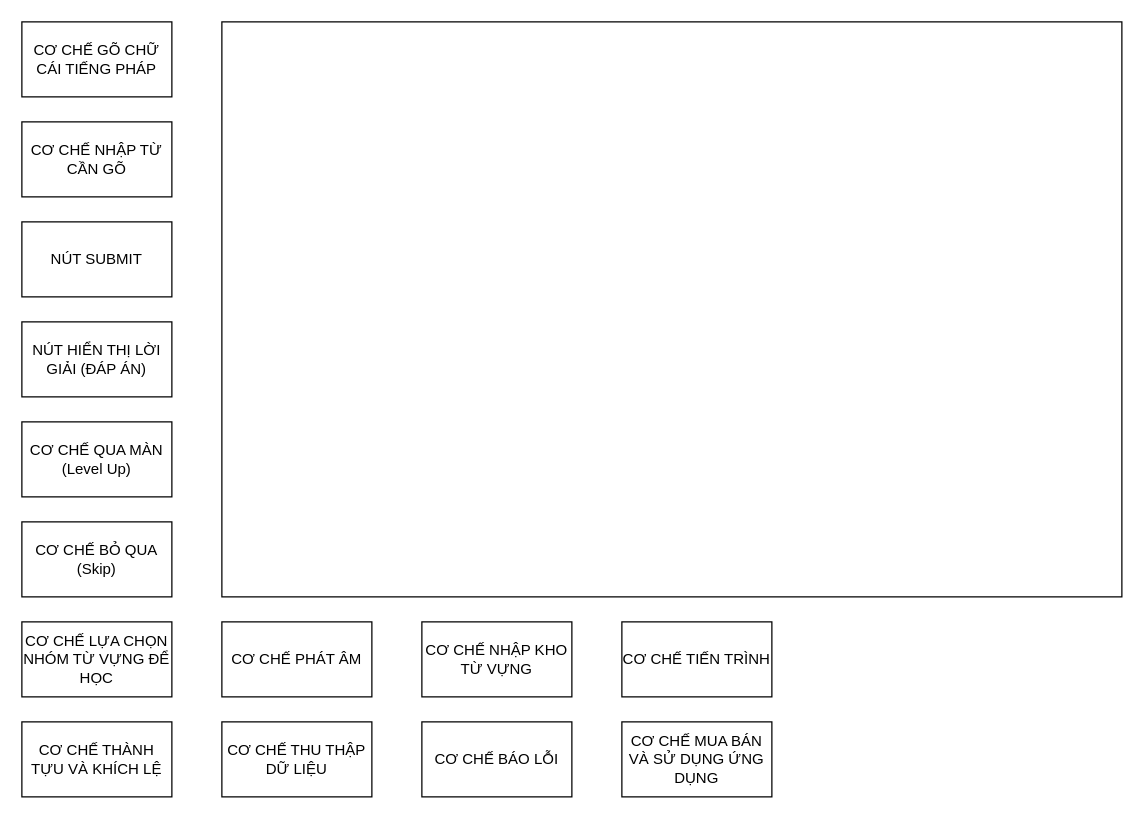
Above: SƠ ĐỒ CHỨC NĂNG TỔNG THỂ.drawio in Tran-Long-Vu/AppVocabFR (draw.io), before the change. Source tidied: cells renumbered, new cells numbered last; positions are measured from the earlier drawing's top-left corner, leaving out a move shared by most shapes. Both pictures are drawn from the tidied source at 125%, with x=0, y=0 at pixel (21, 21).
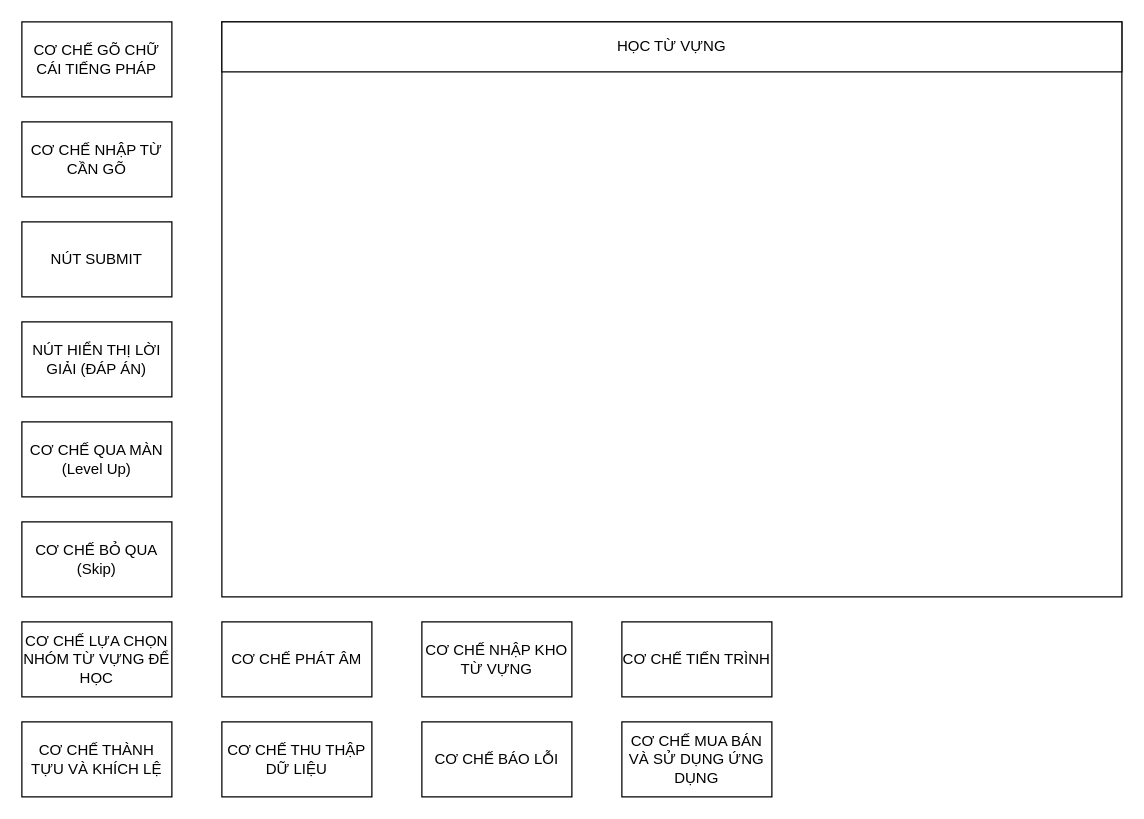
Above is the later version.

Commit message (it also covers changes not shown here):
SƠ ĐỒ CHỨC NĂNG TỔNG THỂ

Diff of the diagram source:
```diff
@@
 <mxGraphModel>
   <root>
     <mxCell id="0" />
     <mxCell id="1" parent="0" />
     <mxCell id="2" value="CƠ CHẾ NHẬP TỪ CẦN GÕ" style="rounded=0;whiteSpace=wrap;html=1;" parent="1" vertex="1">
       <mxGeometry y="80" width="120" height="60" as="geometry" />
     </mxCell>
     <mxCell id="3" value="NÚT SUBMIT" style="rounded=0;whiteSpace=wrap;html=1;" parent="1" vertex="1">
       <mxGeometry y="160" width="120" height="60" as="geometry" />
     </mxCell>
     <mxCell id="4" value="NÚT HIỂN THỊ LỜI GIẢI (ĐÁP ÁN)" style="rounded=0;whiteSpace=wrap;html=1;" parent="1" vertex="1">
       <mxGeometry y="240" width="120" height="60" as="geometry" />
     </mxCell>
     <mxCell id="5" value="CƠ CHẾ QUA MÀN (Level Up)" style="rounded=0;whiteSpace=wrap;html=1;" parent="1" vertex="1">
       <mxGeometry y="320" width="120" height="60" as="geometry" />
     </mxCell>
     <mxCell id="6" value="CƠ CHẾ BỎ QUA (Skip)" style="rounded=0;whiteSpace=wrap;html=1;" parent="1" vertex="1">
       <mxGeometry y="400" width="120" height="60" as="geometry" />
     </mxCell>
     <mxCell id="7" value="CƠ CHẾ LỰA CHỌN NHÓM TỪ VỰNG ĐỂ HỌC" style="rounded=0;whiteSpace=wrap;html=1;" parent="1" vertex="1">
       <mxGeometry y="480" width="120" height="60" as="geometry" />
     </mxCell>
-    <mxCell id="8" style="rounded=0;whiteSpace=wrap;html=1;" parent="1" vertex="1">
-      <mxGeometry x="160" width="720" height="460" as="geometry" />
-    </mxCell>
     <mxCell id="9" value="CƠ CHẾ PHÁT ÂM" style="rounded=0;whiteSpace=wrap;html=1;" parent="1" vertex="1">
       <mxGeometry x="160" y="480" width="120" height="60" as="geometry" />
     </mxCell>
     <mxCell id="10" value="CƠ CHẾ NHẬP KHO TỪ VỰNG" style="rounded=0;whiteSpace=wrap;html=1;" parent="1" vertex="1">
       <mxGeometry x="320" y="480" width="120" height="60" as="geometry" />
     </mxCell>
     <mxCell id="11" value="CƠ CHẾ TIẾN TRÌNH" style="rounded=0;whiteSpace=wrap;html=1;" parent="1" vertex="1">
       <mxGeometry x="480" y="480" width="120" height="60" as="geometry" />
     </mxCell>
     <mxCell id="12" value="CƠ CHẾ THÀNH TỰU VÀ KHÍCH LỆ" style="rounded=0;whiteSpace=wrap;html=1;" parent="1" vertex="1">
       <mxGeometry y="560" width="120" height="60" as="geometry" />
     </mxCell>
     <mxCell id="13" value="CƠ CHẾ THU THẬP DỮ LIỆU" style="rounded=0;whiteSpace=wrap;html=1;" parent="1" vertex="1">
       <mxGeometry x="160" y="560" width="120" height="60" as="geometry" />
     </mxCell>
     <mxCell id="14" value="CƠ CHẾ BÁO LỖI" style="rounded=0;whiteSpace=wrap;html=1;" parent="1" vertex="1">
       <mxGeometry x="320" y="560" width="120" height="60" as="geometry" />
     </mxCell>
     <mxCell id="15" value="CƠ CHẾ MUA BÁN VÀ SỬ DỤNG ỨNG DỤNG" style="rounded=0;whiteSpace=wrap;html=1;" parent="1" vertex="1">
       <mxGeometry x="480" y="560" width="120" height="60" as="geometry" />
     </mxCell>
     <mxCell id="16" value="CƠ CHẾ GÕ CHỮ CÁI TIẾNG PHÁP" style="rounded=0;whiteSpace=wrap;html=1;" parent="1" vertex="1">
       <mxGeometry width="120" height="60" as="geometry" />
     </mxCell>
+    <mxCell id="17" style="group;" parent="1" vertex="1">
+      <mxGeometry x="160" width="720" height="460" as="geometry" />
+    </mxCell>
+    <mxCell id="8" style="rounded=0;whiteSpace=wrap;html=1;" parent="17" vertex="1">
+      <mxGeometry width="720" height="460" as="geometry" />
+    </mxCell>
+    <mxCell id="18" value="HỌC TỪ VỰNG" style="rounded=0;whiteSpace=wrap;html=1;" parent="17" vertex="1">
+      <mxGeometry width="720" height="40" as="geometry" />
+    </mxCell>
   </root>
 </mxGraphModel>
```
